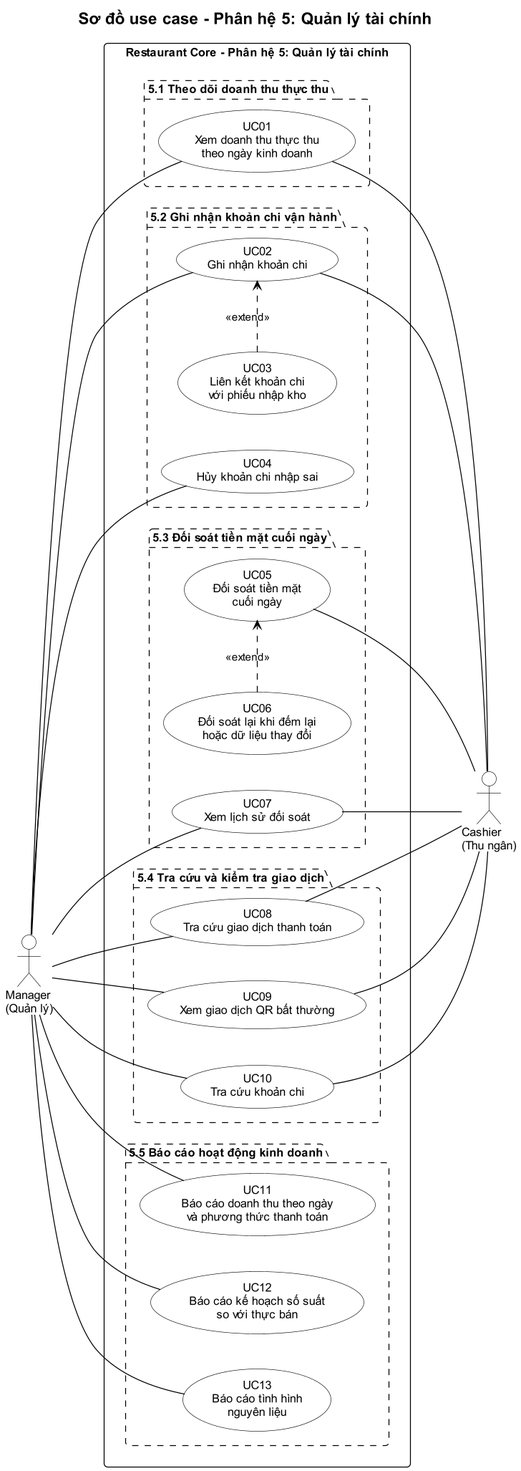
Anpham120/restaurant-management-system keeps this PlantUML diagram as docs/05-quan-ly-tai-chinh/usecase.png. Above is the earlier version.
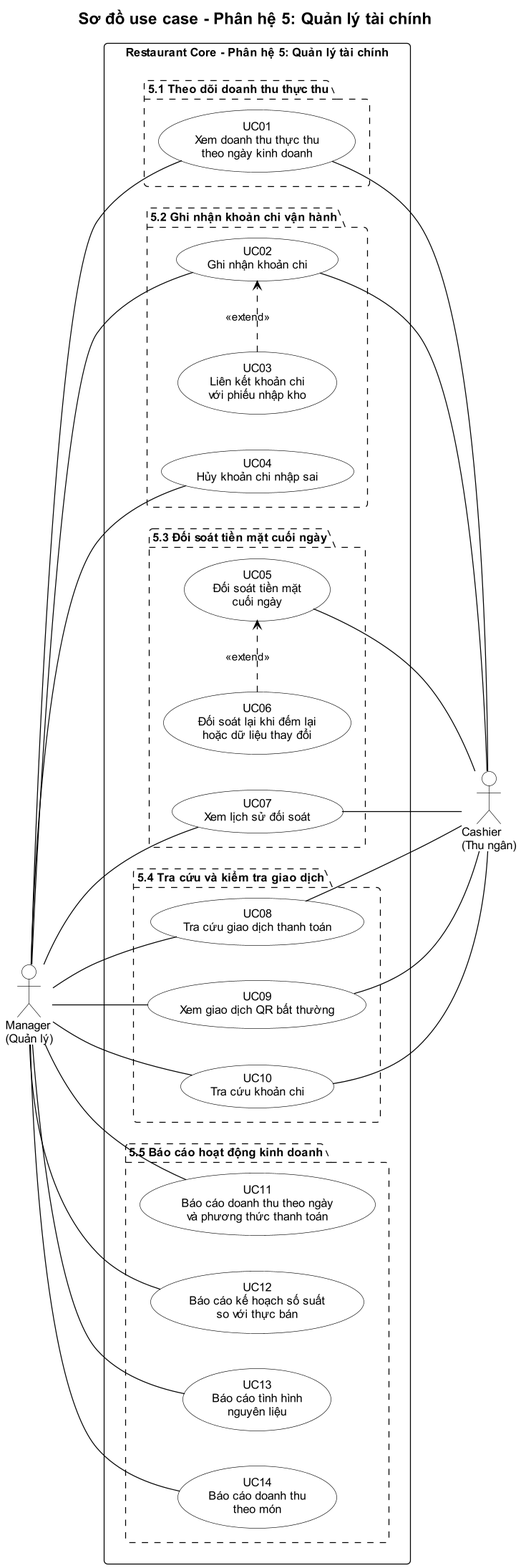
After the commit.

Change to the diagram source:
```diff
@@ -35,6 +35,7 @@
     usecase "UC11\nBáo cáo doanh thu theo ngày\nvà phương thức thanh toán" as UC11
     usecase "UC12\nBáo cáo kế hoạch số suất\nso với thực bán" as UC12
     usecase "UC13\nBáo cáo tình hình\nnguyên liệu" as UC13
+    usecase "UC14\nBáo cáo doanh thu\ntheo món" as UC14
   }
 }
 
@@ -48,6 +49,7 @@
 Manager -- UC11
 Manager -- UC12
 Manager -- UC13
+Manager -- UC14
 
 UC01 -- Cashier
 UC02 -- Cashier
```
